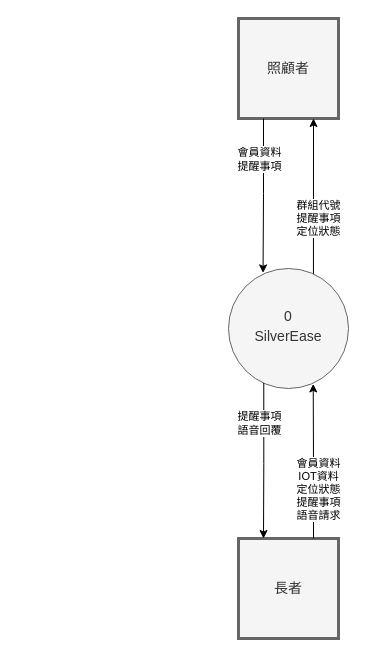
ntubimd113506/SilverEase keeps this draw.io diagram as page "第 1 页" (1 of 2) of doc/DFD.drawio. Above is the earlier version. Source tidied: cells renumbered, new cells numbered last; positions are measured from the earlier drawing's top-left corner, leaving out a move shared by most shapes. Both pictures are drawn from the tidied source at 100%, with x=0, y=0 at pixel (228, 18).
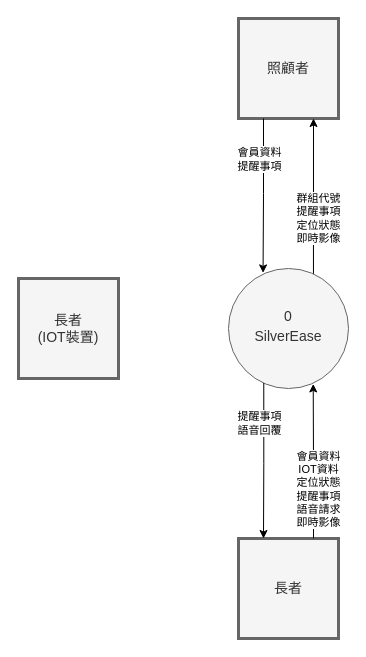
The same page after the edit.

The edit, as a diff of the source:
```diff
@@
 <mxGraphModel>
   <root>
     <mxCell id="0" />
     <mxCell id="1" parent="0" />
     <mxCell id="2" value="&lt;div style=&quot;padding-bottom: 0px;&quot;&gt;&lt;span style=&quot;font-size: 14px; font-family: &amp;quot;Noto Sans TC&amp;quot;; background-color: initial;&quot;&gt;照顧者&lt;/span&gt;&lt;/div&gt;" style="html=1;dashed=0;whiteSpace=wrap;strokeWidth=3;fillColor=#f5f5f5;fontColor=#333333;strokeColor=#666666;align=center;" parent="1" vertex="1">
       <mxGeometry x="10" width="100" height="100" as="geometry" />
     </mxCell>
     <mxCell id="3" style="edgeStyle=orthogonalEdgeStyle;rounded=0;jettySize=auto;html=1;entryX=0.75;entryY=1;entryDx=0;entryDy=0;exitX=0.708;exitY=0.083;exitDx=0;exitDy=0;exitPerimeter=0;" parent="1" edge="1" source="7" target="2">
       <mxGeometry relative="1" as="geometry" />
     </mxCell>
-    <mxCell id="4" value="群組代號&#10;提醒事項&#10;定位狀態" style="edgeLabel;html=1;align=center;verticalAlign=middle;" parent="3" vertex="1">
+    <mxCell id="4" value="群組代號&lt;br&gt;提醒事項&lt;br&gt;定位狀態&lt;div&gt;即時影像&lt;/div&gt;" style="edgeLabel;html=1;align=center;verticalAlign=middle;" parent="3" vertex="1">
       <mxGeometry x="-0.02" y="2" relative="1" as="geometry">
         <mxPoint x="7" y="18" as="offset" />
       </mxGeometry>
     </mxCell>
     <mxCell id="5" style="edgeStyle=orthogonalEdgeStyle;rounded=0;jettySize=auto;html=1;entryX=0.288;entryY=0.037;entryDx=0;entryDy=0;exitX=0.25;exitY=1;exitDx=0;exitDy=0;curved=0;flowAnimation=0;entryPerimeter=0;" parent="1" edge="1" source="2" target="7">
       <mxGeometry relative="1" as="geometry" />
     </mxCell>
     <mxCell id="6" value="會員資料&#10;提醒事項" style="edgeLabel;html=1;align=center;verticalAlign=middle;spacing=2;labelPosition=center;verticalLabelPosition=middle;spacingLeft=0;spacingBottom=0;spacingRight=0;" parent="5" vertex="1">
       <mxGeometry x="-0.36" y="2" relative="1" as="geometry">
         <mxPoint x="-7" y="-10" as="offset" />
       </mxGeometry>
     </mxCell>
     <mxCell id="7" value="0&lt;div style=&quot;line-height: 180%;&quot;&gt;SilverEase&lt;/div&gt;" style="shape=ellipse;html=1;dashed=0;whiteSpace=wrap;perimeter=ellipsePerimeter;fillColor=#f5f5f5;fontColor=#333333;strokeColor=#666666;fontFamily=Noto Sans TC;fontSize=14;" parent="1" vertex="1">
       <mxGeometry y="250" width="120" height="120" as="geometry" />
     </mxCell>
     <mxCell id="8" value="&lt;div style=&quot;padding-bottom: 0px;&quot;&gt;&lt;font face=&quot;Noto Sans TC&quot;&gt;&lt;span style=&quot;font-size: 14px;&quot;&gt;長者&lt;/span&gt;&lt;/font&gt;&lt;/div&gt;" style="html=1;dashed=0;whiteSpace=wrap;strokeWidth=3;fillColor=#f5f5f5;fontColor=#333333;strokeColor=#666666;align=center;" parent="1" vertex="1">
       <mxGeometry x="10" y="520" width="100" height="100" as="geometry" />
     </mxCell>
     <mxCell id="9" style="edgeStyle=orthogonalEdgeStyle;rounded=0;jettySize=auto;html=1;entryX=0.25;entryY=0;entryDx=0;entryDy=0;exitX=0.294;exitY=0.954;exitDx=0;exitDy=0;curved=0;flowAnimation=0;exitPerimeter=0;" parent="1" edge="1" source="7" target="8">
       <mxGeometry relative="1" as="geometry" />
     </mxCell>
     <mxCell id="10" value="提醒事項&#10;語音回覆" style="edgeLabel;html=1;align=center;verticalAlign=middle;spacing=2;labelPosition=center;verticalLabelPosition=middle;spacingLeft=0;spacingBottom=0;spacingRight=0;" parent="9" vertex="1">
       <mxGeometry x="-0.36" y="2" relative="1" as="geometry">
         <mxPoint x="-7" y="-10" as="offset" />
       </mxGeometry>
     </mxCell>
     <mxCell id="11" style="edgeStyle=orthogonalEdgeStyle;rounded=0;jettySize=auto;html=1;entryX=0.706;entryY=0.962;entryDx=0;entryDy=0;entryPerimeter=0;exitX=0.75;exitY=0;exitDx=0;exitDy=0;" parent="1" edge="1" source="8" target="7">
       <mxGeometry relative="1" as="geometry" />
     </mxCell>
-    <mxCell id="12" value="會員資料&#10;IOT資料&#10;定位狀態&#10;提醒事項&#10;語音請求" style="edgeLabel;html=1;align=center;verticalAlign=middle;" parent="11" vertex="1">
+    <mxCell id="12" value="會員資料&lt;br&gt;IOT資料&lt;br&gt;定位狀態&lt;br&gt;提醒事項&lt;br&gt;語音請求&lt;div&gt;即時影像&lt;/div&gt;" style="edgeLabel;html=1;align=center;verticalAlign=middle;" parent="11" vertex="1">
       <mxGeometry x="-0.02" y="2" relative="1" as="geometry">
         <mxPoint x="7" y="26" as="offset" />
       </mxGeometry>
     </mxCell>
+    <mxCell id="13" value="&lt;div style=&quot;padding-bottom: 0px;&quot;&gt;&lt;font face=&quot;Noto Sans TC&quot;&gt;&lt;span style=&quot;font-size: 14px;&quot;&gt;長者&lt;/span&gt;&lt;/font&gt;&lt;/div&gt;&lt;div style=&quot;padding-bottom: 0px;&quot;&gt;&lt;font face=&quot;Noto Sans TC&quot;&gt;&lt;span style=&quot;font-size: 14px;&quot;&gt;(IOT裝置)&lt;/span&gt;&lt;/font&gt;&lt;/div&gt;" style="html=1;dashed=0;whiteSpace=wrap;strokeWidth=3;fillColor=#f5f5f5;fontColor=#333333;strokeColor=#666666;align=center;" parent="1" vertex="1">
+      <mxGeometry x="-210" y="260" width="100" height="100" as="geometry" />
+    </mxCell>
   </root>
 </mxGraphModel>
```
